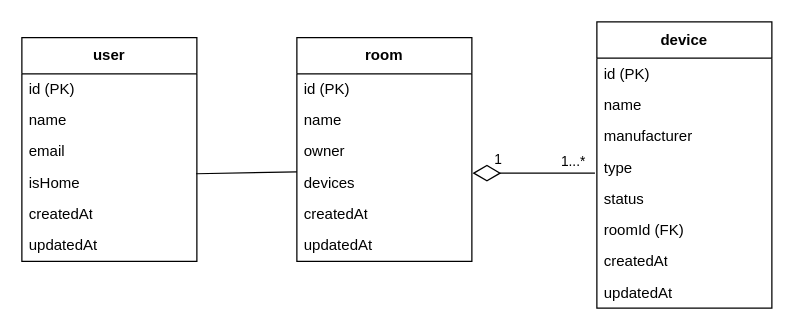
The draw.io diagram smart-home-diagram.drawio in manuelhier/DHBW_Portfolio_VertSysteme, before the edit. Source tidied: cells renumbered, new cells numbered last; positions are measured from the earlier drawing's top-left corner, leaving out a move shared by most shapes. Both pictures are drawn from the tidied source at 125%, with x=0, y=0 at pixel (21, 21).
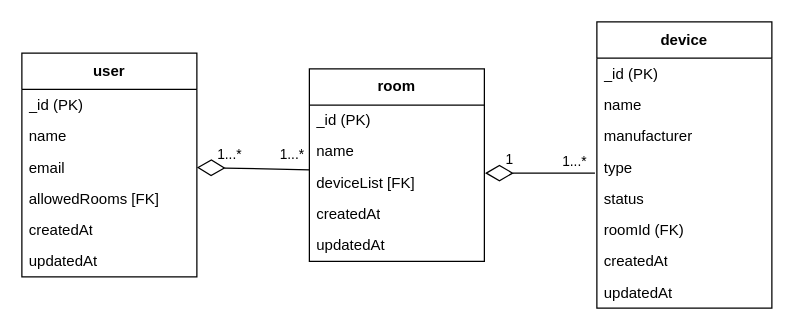
Above is the later version.

Commit message (it also covers changes not shown here):
Revamp model: Remove isHome and owner properties. Add allowedRooms to user entity and adjust rename devices to deviceList in room entity.

Unchanged cells that the change refers to:
```xml
<mxCell id="2" value="device" style="swimlane;fontStyle=1;align=center;verticalAlign=middle;horizontal=1;startSize=29;html=1;whiteSpace=wrap;" parent="1" vertex="1">
  <mxGeometry x="460" width="140" height="229" as="geometry" />
</mxCell>
<mxCell id="22" value="email" style="text;html=1;strokeColor=none;fillColor=none;align=left;verticalAlign=middle;spacingLeft=4;spacingRight=4;overflow=hidden;points=[[0,0.5],[1,0.5]];portConstraint=eastwest;whiteSpace=wrap;" parent="19" vertex="1">
  <mxGeometry y="79" width="140" height="25" as="geometry" />
</mxCell>
```

The edit, as a diff of the source:
```diff
@@
-    <mxCell id="3" value="id (PK)" style="text;html=1;strokeColor=none;fillColor=none;align=left;verticalAlign=middle;spacingLeft=4;spacingRight=4;overflow=hidden;whiteSpace=wrap;" parent="2" vertex="1">
+    <mxCell id="3" value="_id (PK)" style="text;html=1;strokeColor=none;fillColor=none;align=left;verticalAlign=middle;spacingLeft=4;spacingRight=4;overflow=hidden;whiteSpace=wrap;" parent="2" vertex="1">
       <mxGeometry y="29" width="140" height="25" as="geometry" />
     </mxCell>
@@
-    <mxCell id="11" style="html=1;endArrow=none;endFill=0;entryX=0.996;entryY=0.7;entryDx=0;entryDy=0;entryPerimeter=0;startArrow=none;startFill=0;endSize=20;startSize=20;" parent="1" edge="1">
-      <mxGeometry relative="1" as="geometry">
-        <mxPoint x="220" y="120" as="sourcePoint" />
-        <mxPoint x="139.4" y="121.5" as="targetPoint" />
-      </mxGeometry>
-    </mxCell>
     <mxCell id="12" value="room" style="swimlane;fontStyle=1;align=center;verticalAlign=middle;horizontal=1;startSize=29;html=1;whiteSpace=wrap;" parent="1" vertex="1">
-      <mxGeometry x="220" y="12.5" width="140" height="179" as="geometry" />
+      <mxGeometry x="230" y="37.5" width="140" height="154" as="geometry" />
     </mxCell>
-    <mxCell id="13" value="id (PK)" style="text;html=1;strokeColor=none;fillColor=none;align=left;verticalAlign=middle;spacingLeft=4;spacingRight=4;overflow=hidden;whiteSpace=wrap;" parent="12" vertex="1">
+    <mxCell id="13" value="_id (PK)" style="text;html=1;strokeColor=none;fillColor=none;align=left;verticalAlign=middle;spacingLeft=4;spacingRight=4;overflow=hidden;whiteSpace=wrap;" parent="12" vertex="1">
       <mxGeometry y="29" width="140" height="25" as="geometry" />
     </mxCell>
@@
-    <mxCell id="15" value="owner" style="text;html=1;strokeColor=none;fillColor=none;align=left;verticalAlign=middle;spacingLeft=4;spacingRight=4;overflow=hidden;whiteSpace=wrap;" parent="12" vertex="1">
-      <mxGeometry y="79" width="140" height="25" as="geometry" />
-    </mxCell>
-    <mxCell id="16" value="devices" style="text;html=1;strokeColor=none;fillColor=none;align=left;verticalAlign=middle;spacingLeft=4;spacingRight=4;overflow=hidden;points=[[0,0.5],[1,0.5]];portConstraint=eastwest;whiteSpace=wrap;" parent="12" vertex="1">
-      <mxGeometry y="104" width="140" height="25" as="geometry" />
+    <mxCell id="16" value="deviceList [FK]" style="text;html=1;strokeColor=none;fillColor=none;align=left;verticalAlign=middle;spacingLeft=4;spacingRight=4;overflow=hidden;points=[[0,0.5],[1,0.5]];portConstraint=eastwest;whiteSpace=wrap;" parent="12" vertex="1">
+      <mxGeometry y="79" width="140" height="25" as="geometry" />
     </mxCell>
     <mxCell id="17" value="createdAt" style="text;html=1;strokeColor=none;fillColor=none;align=left;verticalAlign=middle;spacingLeft=4;spacingRight=4;overflow=hidden;whiteSpace=wrap;" parent="12" vertex="1">
-      <mxGeometry y="129" width="140" height="25" as="geometry" />
+      <mxGeometry y="104" width="140" height="25" as="geometry" />
     </mxCell>
     <mxCell id="18" value="updatedAt" style="text;html=1;strokeColor=none;fillColor=none;align=left;verticalAlign=middle;spacingLeft=4;spacingRight=4;overflow=hidden;whiteSpace=wrap;" parent="12" vertex="1">
-      <mxGeometry y="154" width="140" height="25" as="geometry" />
+      <mxGeometry y="129" width="140" height="25" as="geometry" />
     </mxCell>
     <mxCell id="19" value="user" style="swimlane;fontStyle=1;align=center;verticalAlign=middle;horizontal=1;startSize=29;html=1;whiteSpace=wrap;" parent="1" vertex="1">
-      <mxGeometry y="12.5" width="140" height="179" as="geometry" />
+      <mxGeometry y="25" width="140" height="179" as="geometry" />
     </mxCell>
-    <mxCell id="20" value="id (PK)" style="text;html=1;strokeColor=none;fillColor=none;align=left;verticalAlign=middle;spacingLeft=4;spacingRight=4;overflow=hidden;whiteSpace=wrap;" parent="19" vertex="1">
+    <mxCell id="20" value="_&lt;span style=&quot;background-color: transparent;&quot;&gt;id (PK)&lt;/span&gt;" style="text;html=1;strokeColor=none;fillColor=none;align=left;verticalAlign=middle;spacingLeft=4;spacingRight=4;overflow=hidden;whiteSpace=wrap;" parent="19" vertex="1">
       <mxGeometry y="29" width="140" height="25" as="geometry" />
     </mxCell>
@@
-    <mxCell id="23" value="isHome" style="text;html=1;strokeColor=none;fillColor=none;align=left;verticalAlign=middle;spacingLeft=4;spacingRight=4;overflow=hidden;whiteSpace=wrap;" parent="19" vertex="1">
-      <mxGeometry y="104" width="140" height="25" as="geometry" />
-    </mxCell>
+    <mxCell id="29" value="allowedRooms [FK]" style="text;html=1;strokeColor=none;fillColor=none;align=left;verticalAlign=middle;spacingLeft=4;spacingRight=4;overflow=hidden;whiteSpace=wrap;" parent="19" vertex="1">
+      <mxGeometry y="104" width="140" height="25" as="geometry" />
+    </mxCell>
@@
+    <mxCell id="30" style="edgeStyle=none;html=1;exitX=0.001;exitY=0.073;exitDx=0;exitDy=0;exitPerimeter=0;entryX=1;entryY=0.5;entryDx=0;entryDy=0;endArrow=diamondThin;endFill=0;endSize=20;" parent="1" edge="1" source="16" target="22">
+      <mxGeometry relative="1" as="geometry" />
+    </mxCell>
+    <mxCell id="31" value="1...*" style="edgeLabel;html=1;align=center;verticalAlign=middle;" parent="30" vertex="1">
+      <mxGeometry x="0.36" y="-1" relative="1" as="geometry">
+        <mxPoint x="-4" y="-11" as="offset" />
+      </mxGeometry>
+    </mxCell>
+    <mxCell id="32" value="1...*" style="edgeLabel;html=1;align=center;verticalAlign=middle;" parent="30" vertex="1">
+      <mxGeometry x="-0.78" y="1" relative="1" as="geometry">
+        <mxPoint x="-5" y="-14" as="offset" />
+      </mxGeometry>
+    </mxCell>
```
